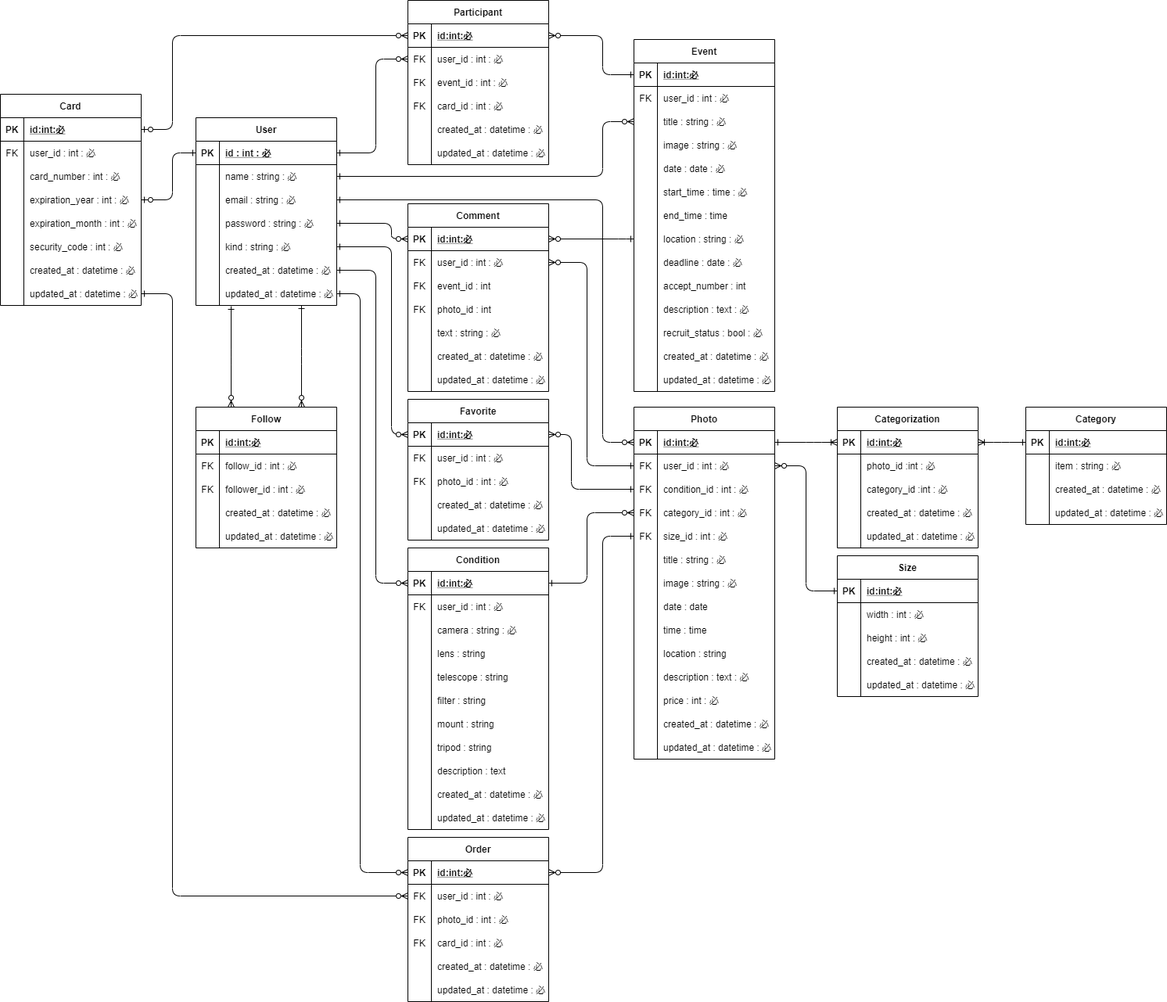
Above: outline/ERchart.png in UtaSuzuki/astrogram (draw.io), before the change. Source tidied: cells renumbered, new cells last; positions are measured from the earlier drawing's top-left corner, leaving out a move shared by most shapes.
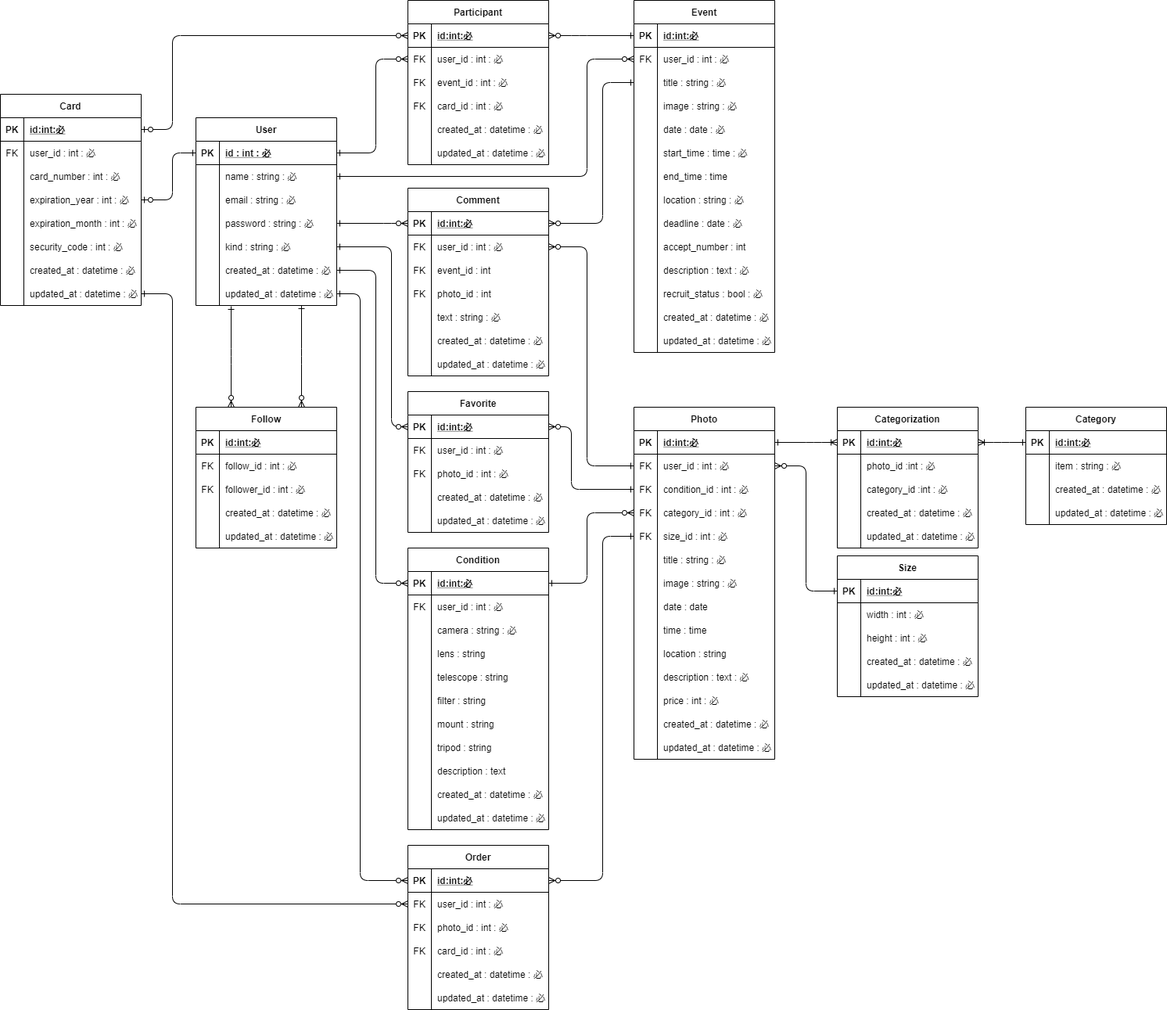
The same diagram one commit later.

What changed in the source:
```diff
@@ -171,7 +171,7 @@
       <mxGeometry x="30" width="150" height="30" as="geometry" />
     </mxCell>
     <mxCell id="58" value="Event" style="shape=table;startSize=30;rowLines=0;fontStyle=1;align=center;" parent="1" vertex="1">
-      <mxGeometry x="810" y="50" width="180" height="450" as="geometry" />
+      <mxGeometry x="810" width="180" height="450" as="geometry" />
     </mxCell>
     <mxCell id="59" style="shape=partialRectangle;fillColor=none;top=0;left=0;bottom=1;right=0;points=[[0,0.5],[1,0.5]];portConstraint=eastwest;" parent="58" vertex="1">
       <mxGeometry y="30" width="180" height="30" as="geometry" />
@@ -300,7 +300,7 @@
       <mxGeometry x="30" width="150" height="30" as="geometry" />
     </mxCell>
     <mxCell id="101" value="Favorite" style="shape=table;startSize=30;rowLines=0;fontStyle=1;align=center;" parent="1" vertex="1">
-      <mxGeometry x="521" y="510" width="180" height="180" as="geometry" />
+      <mxGeometry x="521" y="500" width="180" height="180" as="geometry" />
     </mxCell>
     <mxCell id="102" style="shape=partialRectangle;fillColor=none;top=0;left=0;bottom=1;right=0;points=[[0,0.5],[1,0.5]];portConstraint=eastwest;" parent="101" vertex="1">
       <mxGeometry y="30" width="180" height="30" as="geometry" />
@@ -348,7 +348,7 @@
       <mxGeometry x="30" width="150" height="30" as="geometry" />
     </mxCell>
     <mxCell id="117" value="Comment" style="shape=table;startSize=30;rowLines=0;fontStyle=1;align=center;" parent="1" vertex="1">
-      <mxGeometry x="521" y="260" width="180" height="240" as="geometry" />
+      <mxGeometry x="521" y="240" width="180" height="240" as="geometry" />
     </mxCell>
     <mxCell id="118" style="shape=partialRectangle;fillColor=none;top=0;left=0;bottom=1;right=0;points=[[0,0.5],[1,0.5]];portConstraint=eastwest;" parent="117" vertex="1">
       <mxGeometry y="30" width="180" height="30" as="geometry" />
@@ -420,9 +420,10 @@
         </Array>
       </mxGeometry>
     </mxCell>
-    <mxCell id="140" style="edgeStyle=elbowEdgeStyle;fontSize=12;html=1;endArrow=ERzeroToMany;endFill=1;exitX=1;exitY=0.5;exitDx=0;exitDy=0;startArrow=ERone;startFill=0;entryX=0;entryY=0.5;entryDx=0;entryDy=0;" parent="1" edge="1" source="6" target="65">
+    <mxCell id="140" style="edgeStyle=elbowEdgeStyle;fontSize=12;html=1;endArrow=ERzeroToMany;endFill=1;exitX=1;exitY=0.5;exitDx=0;exitDy=0;startArrow=ERone;startFill=0;entryX=0;entryY=0.5;entryDx=0;entryDy=0;" parent="1" edge="1" source="6" target="62">
       <mxGeometry relative="1" as="geometry">
         <Array as="points">
+          <mxPoint x="750" y="170" />
           <mxPoint x="770" y="180" />
           <mxPoint x="850" y="190" />
           <mxPoint x="770" y="210" />
@@ -440,9 +441,10 @@
         </Array>
       </mxGeometry>
     </mxCell>
-    <mxCell id="142" style="edgeStyle=elbowEdgeStyle;fontSize=12;html=1;endArrow=ERone;endFill=0;startArrow=ERzeroToMany;startFill=1;exitX=1;exitY=0.5;exitDx=0;exitDy=0;entryX=0;entryY=0.5;entryDx=0;entryDy=0;" parent="1" edge="1" source="118" target="80">
+    <mxCell id="142" style="edgeStyle=elbowEdgeStyle;fontSize=12;html=1;endArrow=ERone;endFill=0;startArrow=ERzeroToMany;startFill=1;exitX=1;exitY=0.5;exitDx=0;exitDy=0;entryX=0;entryY=0.5;entryDx=0;entryDy=0;" parent="1" edge="1" source="118" target="65">
       <mxGeometry relative="1" as="geometry">
         <Array as="points">
+          <mxPoint x="770" y="220" />
           <mxPoint x="800" y="300" />
         </Array>
       </mxGeometry>
@@ -600,7 +602,7 @@
       </mxGeometry>
     </mxCell>
     <mxCell id="189" value="Order" style="shape=table;startSize=30;rowLines=0;fontStyle=1;align=center;" parent="1" vertex="1">
-      <mxGeometry x="521" y="1070" width="180" height="210" as="geometry" />
+      <mxGeometry x="521" y="1080" width="180" height="210" as="geometry" />
     </mxCell>
     <mxCell id="190" style="shape=partialRectangle;fillColor=none;top=0;left=0;bottom=1;right=0;points=[[0,0.5],[1,0.5]];portConstraint=eastwest;" parent="189" vertex="1">
       <mxGeometry y="30" width="180" height="30" as="geometry" />
@@ -892,6 +894,7 @@
     <mxCell id="276" style="edgeStyle=elbowEdgeStyle;fontSize=12;html=1;endArrow=ERone;endFill=0;startArrow=ERzeroToMany;startFill=1;exitX=1;exitY=0.5;exitDx=0;exitDy=0;entryX=0;entryY=0.5;entryDx=0;entryDy=0;" parent="1" edge="1" source="209" target="59">
       <mxGeometry relative="1" as="geometry">
         <Array as="points">
+          <mxPoint x="740" y="50" />
           <mxPoint x="770" y="70" />
           <mxPoint x="850" y="90" />
         </Array>
@@ -1009,15 +1012,6 @@
         </Array>
       </mxGeometry>
     </mxCell>
-    <mxCell id="309" style="edgeStyle=elbowEdgeStyle;fontSize=12;html=1;endArrow=ERzeroToMany;endFill=1;exitX=1;exitY=0.5;exitDx=0;exitDy=0;startArrow=ERone;startFill=0;entryX=0;entryY=0.5;entryDx=0;entryDy=0;" parent="1" edge="1" source="9" target="146">
-      <mxGeometry relative="1" as="geometry">
-        <Array as="points">
-          <mxPoint x="770" y="480" />
-          <mxPoint x="850" y="275" />
-          <mxPoint x="580" y="275" />
-        </Array>
-      </mxGeometry>
-    </mxCell>
     <mxCell id="310" value="Categorization" style="shape=table;startSize=30;rowLines=0;fontStyle=1;align=center;" parent="1" vertex="1">
       <mxGeometry x="1070" y="520" width="180" height="180" as="geometry" />
     </mxCell>
```
